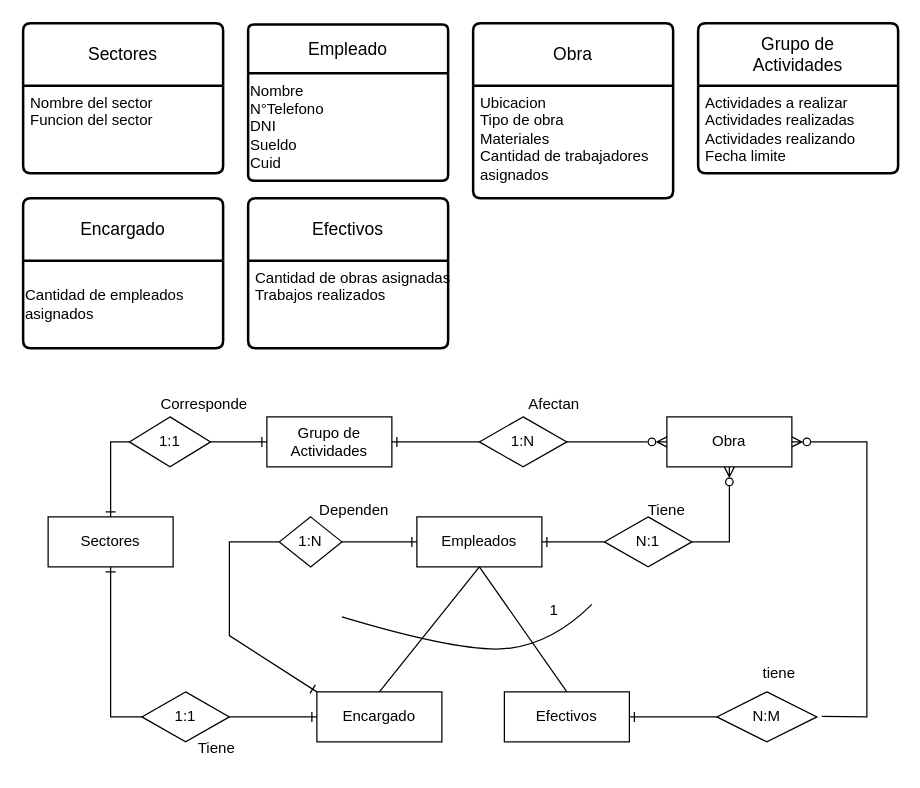
This is Diagrama 2 TP3.drawio from Lilo038/Draw.IO, a draw.io file, before an edit. Source tidied: cells renumbered, new cells numbered last; positions are measured from the earlier drawing's top-left corner, leaving out a move shared by most shapes. Both pictures are drawn from the tidied source at 125%, with x=0, y=0 at pixel (22, 22).
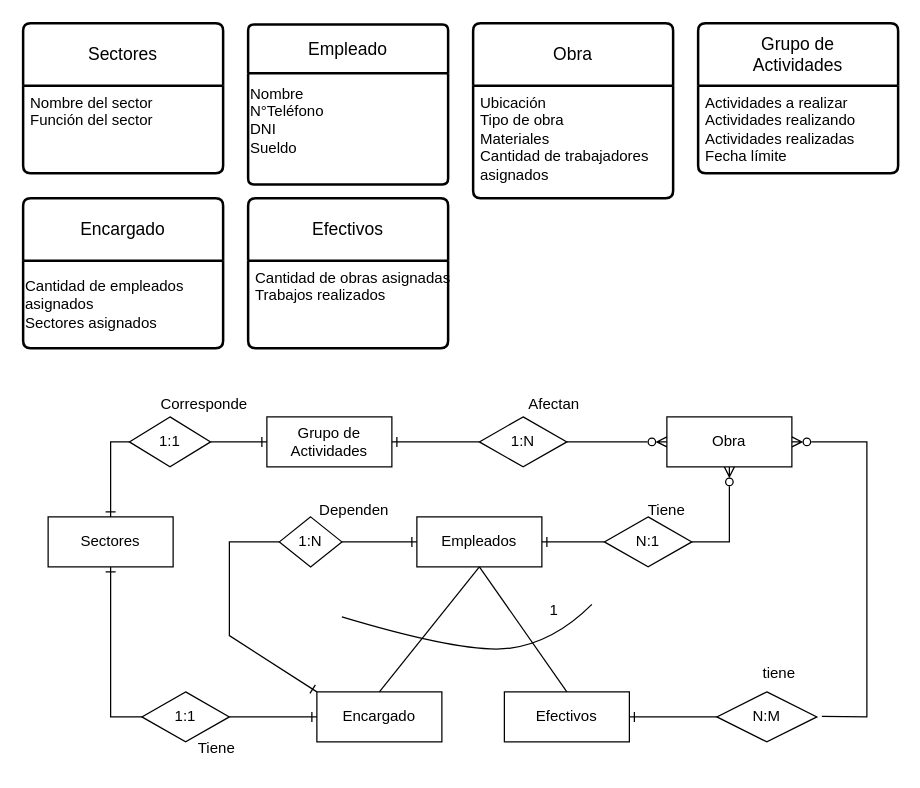
Above is the later version.

Unchanged cells that the change refers to:
```xml
<mxCell id="6" value="Encargado" style="swimlane;horizontal=1;startSize=50;rounded=1;fontSize=14;fontStyle=0;strokeWidth=2;shadow=0;dashed=0;align=center;arcSize=4;whiteSpace=wrap;html=1;" parent="1" vertex="1">
  <mxGeometry y="140" width="160" height="120" as="geometry" />
</mxCell>
<mxCell id="8" value="Obra" style="swimlane;horizontal=1;startSize=50;rounded=1;fontSize=14;fontStyle=0;strokeWidth=2;shadow=0;dashed=0;align=center;arcSize=4;whiteSpace=wrap;html=1;" parent="1" vertex="1">
  <mxGeometry x="360" width="160" height="140" as="geometry" />
</mxCell>
<mxCell id="10" value="Sectores" style="swimlane;horizontal=1;startSize=50;rounded=1;fontSize=14;fontStyle=0;strokeWidth=2;shadow=0;dashed=0;align=center;arcSize=4;whiteSpace=wrap;html=1;" parent="1" vertex="1">
  <mxGeometry width="160" height="120" as="geometry" />
</mxCell>
<mxCell id="12" value="&lt;div&gt;Grupo de&lt;/div&gt;Actividades" style="swimlane;horizontal=1;startSize=50;rounded=1;fontSize=14;fontStyle=0;strokeWidth=2;shadow=0;dashed=0;align=center;arcSize=4;whiteSpace=wrap;html=1;" parent="1" vertex="1">
  <mxGeometry x="540" width="160" height="120" as="geometry" />
</mxCell>
```

Change to the diagram source:
```diff
@@
     <mxCell id="2" value="Empleado" style="swimlane;horizontal=1;startSize=39;rounded=1;fontSize=14;fontStyle=0;strokeWidth=2;shadow=0;dashed=0;align=center;arcSize=4;whiteSpace=wrap;html=1;" parent="1" vertex="1">
-      <mxGeometry x="180" y="1" width="160" height="125" as="geometry" />
+      <mxGeometry x="180" y="1" width="160" height="128" as="geometry" />
     </mxCell>
-    <mxCell id="3" value="Nombre&lt;div&gt;N°Telefono&lt;br&gt;&lt;div&gt;DNI&lt;/div&gt;&lt;div&gt;Sueldo&lt;/div&gt;&lt;div&gt;Cuid&lt;/div&gt;&lt;/div&gt;" style="text;html=1;align=left;verticalAlign=middle;strokeColor=none;fillColor=none;" parent="2" vertex="1">
-      <mxGeometry y="39" width="160" height="86" as="geometry" />
+    <mxCell id="3" value="Nombre&lt;div&gt;N°Teléfono&lt;br&gt;&lt;div&gt;DNI&lt;/div&gt;&lt;div&gt;Sueldo&lt;/div&gt;&lt;div&gt;&lt;br&gt;&lt;/div&gt;&lt;/div&gt;" style="text;html=1;align=left;verticalAlign=middle;strokeColor=none;fillColor=none;" parent="2" vertex="1">
+      <mxGeometry y="39" width="160" height="89" as="geometry" />
     </mxCell>
@@
-    <mxCell id="7" value="Cantidad de empleados&amp;nbsp;&lt;div&gt;asignados&lt;/div&gt;" style="text;html=1;align=left;verticalAlign=middle;strokeColor=none;fillColor=none;" parent="6" vertex="1">
+    <mxCell id="7" value="Cantidad de empleados&amp;nbsp;&lt;div&gt;asignados&lt;/div&gt;&lt;div&gt;Sectores asignados&lt;/div&gt;" style="text;html=1;align=left;verticalAlign=middle;strokeColor=none;fillColor=none;" parent="6" vertex="1">
       <mxGeometry y="50" width="160" height="70" as="geometry" />
     </mxCell>
@@
-    <mxCell id="9" value="Ubicacion&lt;div&gt;Tipo de obra&lt;/div&gt;&lt;div&gt;Materiales&lt;/div&gt;&lt;div&gt;Cantidad de trabajadores&amp;nbsp;&lt;/div&gt;&lt;div&gt;asignados&lt;/div&gt;" style="align=left;strokeColor=none;fillColor=none;spacingLeft=4;fontSize=12;verticalAlign=top;html=1;" parent="8" vertex="1">
+    <mxCell id="9" value="Ubicación&lt;div&gt;Tipo de obra&lt;/div&gt;&lt;div&gt;Materiales&lt;/div&gt;&lt;div&gt;Cantidad de trabajadores&amp;nbsp;&lt;/div&gt;&lt;div&gt;asignados&lt;/div&gt;" style="align=left;strokeColor=none;fillColor=none;spacingLeft=4;fontSize=12;verticalAlign=top;html=1;" parent="8" vertex="1">
       <mxGeometry y="50" width="160" height="90" as="geometry" />
     </mxCell>
@@
-    <mxCell id="11" value="&lt;div&gt;Nombre del sector&lt;/div&gt;&lt;div&gt;Funcion del sector&lt;/div&gt;" style="align=left;strokeColor=none;fillColor=none;spacingLeft=4;fontSize=12;verticalAlign=top;html=1;" parent="10" vertex="1">
+    <mxCell id="11" value="&lt;div&gt;Nombre del sector&lt;/div&gt;&lt;div&gt;Función del sector&lt;/div&gt;" style="align=left;strokeColor=none;fillColor=none;spacingLeft=4;fontSize=12;verticalAlign=top;html=1;" parent="10" vertex="1">
       <mxGeometry y="50" width="160" height="70" as="geometry" />
     </mxCell>
@@
-    <mxCell id="13" value="Actividades a realizar&lt;div&gt;Actividades realizadas&amp;nbsp;&lt;/div&gt;&lt;div&gt;Actividades realizando&lt;/div&gt;&lt;div&gt;Fecha limite&lt;/div&gt;" style="align=left;strokeColor=none;fillColor=none;spacingLeft=4;fontSize=12;verticalAlign=top;html=1;" parent="12" vertex="1">
+    <mxCell id="13" value="Actividades a realizar&lt;div&gt;Actividades realizando&lt;/div&gt;&lt;div&gt;&lt;span style=&quot;background-color: initial;&quot;&gt;Actividades realizadas&lt;/span&gt;&lt;/div&gt;&lt;div&gt;Fecha límite&lt;/div&gt;" style="align=left;strokeColor=none;fillColor=none;spacingLeft=4;fontSize=12;verticalAlign=top;html=1;" parent="12" vertex="1">
       <mxGeometry y="50" width="160" height="70" as="geometry" />
     </mxCell>
```
